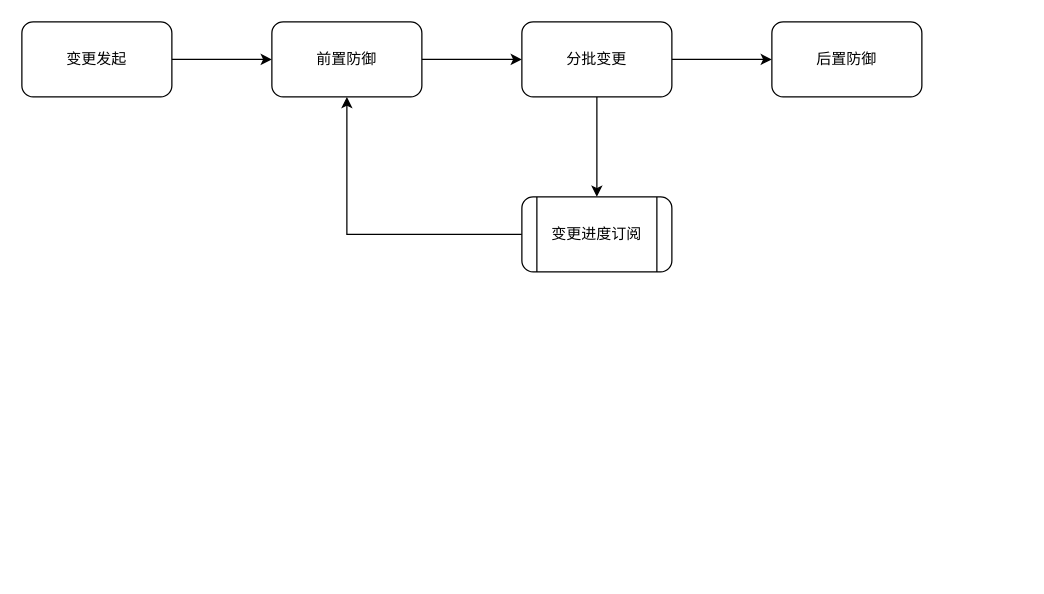
Earlier version of the draw.io diagram 蚂蚁金服/RMC/蚂蚁金服-RMC-[20200820]自动影响面.drawio (frankneu/draw.io). Source tidied: cells renumbered, new cells numbered last; positions are measured from the earlier drawing's top-left corner, leaving out a move shared by most shapes. Both pictures are drawn from the tidied source at 125%, with x=0, y=0 at pixel (21, 21).
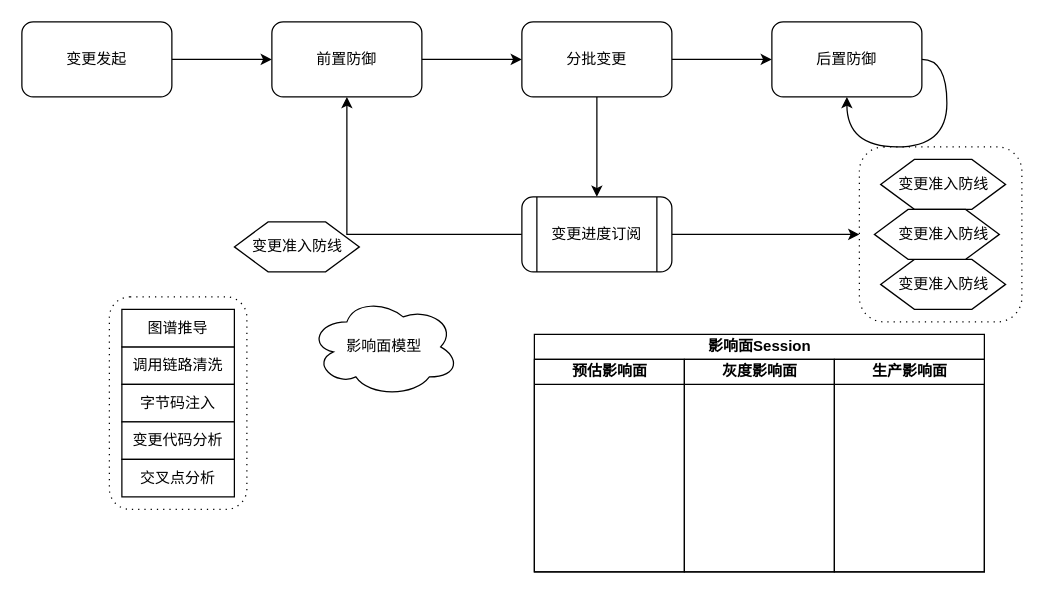
The same page after the edit.

Commit message (it also covers changes not shown here):
Update 蚂蚁金服-RMC-[20200820]自动影响面.drawio

The change refers to these unchanged cells:
```xml
<mxCell id="9" value="后置防御" style="rounded=1;whiteSpace=wrap;html=1;" parent="1" vertex="1">
  <mxGeometry x="600" width="120" height="60" as="geometry" />
</mxCell>
<mxCell id="11" value="变更进度订阅" style="shape=process;whiteSpace=wrap;html=1;backgroundOutline=1;rounded=1;" parent="1" vertex="1">
  <mxGeometry x="400" y="140" width="120" height="60" as="geometry" />
</mxCell>
```

The edit, as a diff of the source:
```diff
@@
+    <mxCell id="12" style="shape=ext;rounded=1;html=1;whiteSpace=wrap;dashed=1;dashPattern=1 4;" parent="1" vertex="1">
+      <mxGeometry x="70" y="220" width="110" height="170" as="geometry" />
+    </mxCell>
+    <mxCell id="13" style="shape=ext;rounded=1;html=1;whiteSpace=wrap;dashed=1;dashPattern=1 4;" parent="1" vertex="1">
+      <mxGeometry x="670" y="100" width="130" height="140" as="geometry" />
+    </mxCell>
@@
+    <mxCell id="14" style="edgeStyle=orthogonalEdgeStyle;curved=1;rounded=0;jettySize=auto;html=1;exitX=1;exitY=0.5;exitDx=0;exitDy=0;entryX=0;entryY=0.5;entryDx=0;entryDy=0;" parent="1" edge="1" source="11" target="13">
+      <mxGeometry relative="1" as="geometry" />
+    </mxCell>
@@
+    <mxCell id="15" style="verticalLabelPosition=bottom;verticalAlign=top;html=1;shape=hexagon;perimeter=hexagonPerimeter2;arcSize=6;size=0.27;" parent="1" vertex="1">
+      <mxGeometry x="170" y="160" width="100" height="40" as="geometry" />
+    </mxCell>
+    <mxCell id="16" value="变更准入防线" style="text;html=1;align=center;verticalAlign=middle;" parent="1" vertex="1">
+      <mxGeometry x="175" y="170" width="90" height="20" as="geometry" />
+    </mxCell>
+    <mxCell id="17" style="verticalLabelPosition=bottom;verticalAlign=top;html=1;shape=hexagon;perimeter=hexagonPerimeter2;arcSize=6;size=0.27;" parent="1" vertex="1">
+      <mxGeometry x="687" y="110" width="100" height="40" as="geometry" />
+    </mxCell>
+    <mxCell id="18" value="变更准入防线" style="text;html=1;align=center;verticalAlign=middle;" parent="1" vertex="1">
+      <mxGeometry x="692" y="120" width="90" height="20" as="geometry" />
+    </mxCell>
+    <mxCell id="19" style="verticalLabelPosition=bottom;verticalAlign=top;html=1;shape=hexagon;perimeter=hexagonPerimeter2;arcSize=6;size=0.27;" parent="1" vertex="1">
+      <mxGeometry x="687" y="190" width="100" height="40" as="geometry" />
+    </mxCell>
+    <mxCell id="20" value="变更准入防线" style="text;html=1;align=center;verticalAlign=middle;" parent="1" vertex="1">
+      <mxGeometry x="692" y="200" width="90" height="20" as="geometry" />
+    </mxCell>
+    <mxCell id="21" style="verticalLabelPosition=bottom;verticalAlign=top;html=1;shape=hexagon;perimeter=hexagonPerimeter2;arcSize=6;size=0.27;" parent="1" vertex="1">
+      <mxGeometry x="682" y="150" width="100" height="40" as="geometry" />
+    </mxCell>
+    <mxCell id="22" value="变更准入防线" style="text;html=1;align=center;verticalAlign=middle;" parent="1" vertex="1">
+      <mxGeometry x="692" y="160" width="90" height="20" as="geometry" />
+    </mxCell>
+    <mxCell id="23" style="edgeStyle=orthogonalEdgeStyle;rounded=0;orthogonalLoop=1;jettySize=auto;html=1;exitX=1;exitY=0.5;exitDx=0;exitDy=0;entryX=0.5;entryY=1;entryDx=0;entryDy=0;curved=1;" parent="1" edge="1" source="9" target="9">
+      <mxGeometry relative="1" as="geometry">
+        <Array as="points">
+          <mxPoint x="740" y="30" />
+          <mxPoint x="740" y="100" />
+          <mxPoint x="660" y="100" />
+        </Array>
+      </mxGeometry>
+    </mxCell>
+    <mxCell id="24" value="调用链路清洗" style="rounded=0;whiteSpace=wrap;html=1;" parent="1" vertex="1">
+      <mxGeometry x="80" y="260" width="90" height="30" as="geometry" />
+    </mxCell>
+    <mxCell id="25" value="字节码注入" style="rounded=0;whiteSpace=wrap;html=1;" parent="1" vertex="1">
+      <mxGeometry x="80" y="290" width="90" height="30" as="geometry" />
+    </mxCell>
+    <mxCell id="26" value="变更代码分析" style="rounded=0;whiteSpace=wrap;html=1;" parent="1" vertex="1">
+      <mxGeometry x="80" y="320" width="90" height="30" as="geometry" />
+    </mxCell>
+    <mxCell id="27" value="交叉点分析" style="rounded=0;whiteSpace=wrap;html=1;" parent="1" vertex="1">
+      <mxGeometry x="80" y="350" width="90" height="30" as="geometry" />
+    </mxCell>
+    <mxCell id="28" value="图谱推导" style="rounded=0;whiteSpace=wrap;html=1;" parent="1" vertex="1">
+      <mxGeometry x="80" y="230" width="90" height="30" as="geometry" />
+    </mxCell>
+    <mxCell id="29" value="影响面Session" style="swimlane;html=1;startSize=20;" parent="1" vertex="1">
+      <mxGeometry x="410" y="250" width="360" height="190" as="geometry" />
+    </mxCell>
+    <mxCell id="30" value="预估影响面" style="swimlane;html=1;startSize=20;" parent="29" vertex="1">
+      <mxGeometry y="20" width="120" height="170" as="geometry" />
+    </mxCell>
+    <mxCell id="31" value="灰度影响面" style="swimlane;html=1;startSize=20;" parent="29" vertex="1">
+      <mxGeometry x="120" y="20" width="120" height="170" as="geometry" />
+    </mxCell>
+    <mxCell id="32" value="生产影响面" style="swimlane;html=1;startSize=20;" parent="29" vertex="1">
+      <mxGeometry x="240" y="20" width="120" height="170" as="geometry" />
+    </mxCell>
+    <mxCell id="33" value="影响面模型" style="ellipse;shape=cloud;whiteSpace=wrap;html=1;" parent="1" vertex="1">
+      <mxGeometry x="230" y="220" width="120" height="80" as="geometry" />
+    </mxCell>
```
